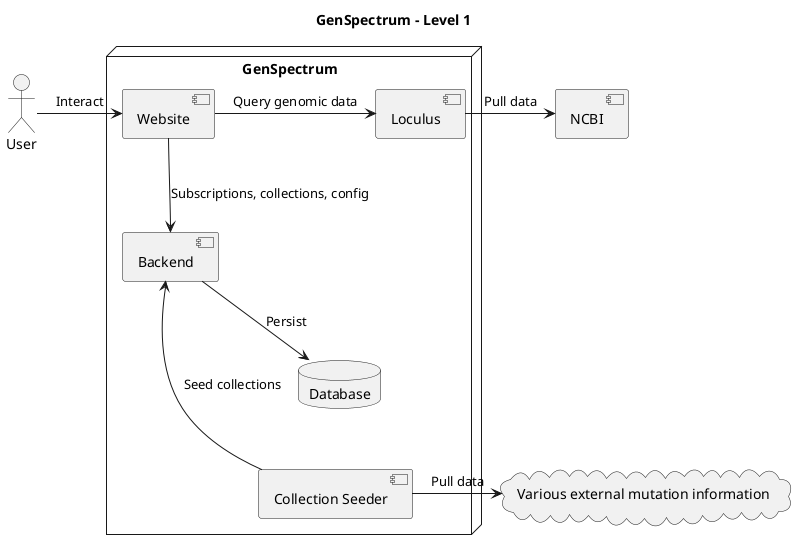
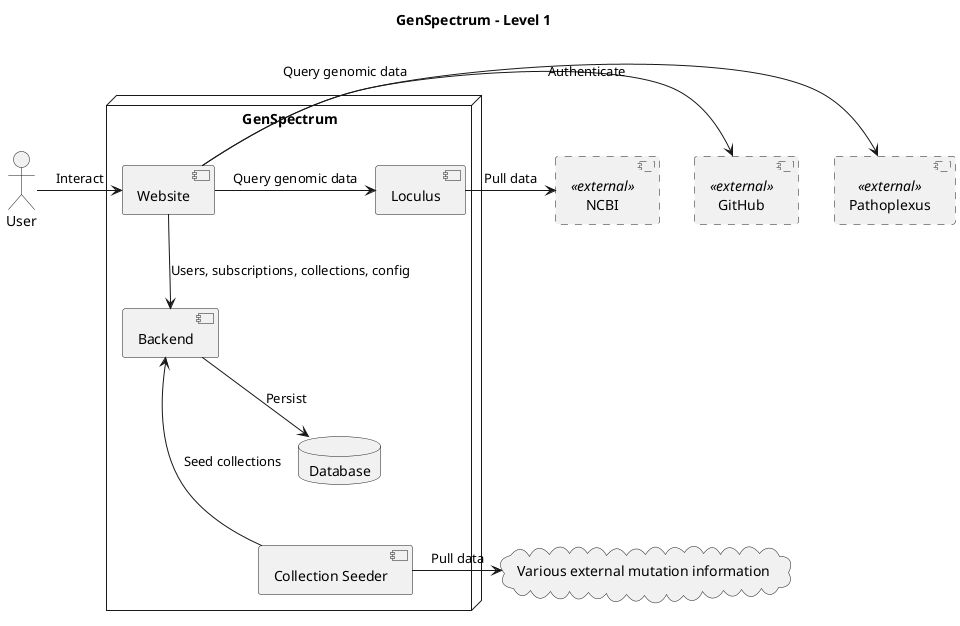
@startuml
title "GenSpectrum - Level 1"

+ skinparam component<<external>> {
+     BorderStyle dashed
+ }
+ 
actor User as user
- component "NCBI" as ncbi
+ component "NCBI" <<external>> as ncbi
+ component "GitHub" <<external>> as github
+ component "Pathoplexus" <<external>> as pathoplexus
cloud "Various external mutation information" as vemi

node "GenSpectrum" {
    component Website as website
    component Backend as backend
    component "Collection Seeder" as seeder
    database Database as db
    component Loculus as loculus
}

user -r-> website : "Interact"
- website -d-> backend : "Subscriptions, collections, config"
+ website -d-> backend : "Users, subscriptions, collections, config"
backend -d-> db : "Persist"
website -r-> loculus : "Query genomic data"
seeder -u-> backend : "Seed collections"
loculus -r-> ncbi : "Pull data"
seeder -r-> vemi : "Pull data"
+ website -r-> github : "Authenticate"
+ website -r-> pathoplexus : "Query genomic data"
db -[hidden]-> seeder

@enduml
